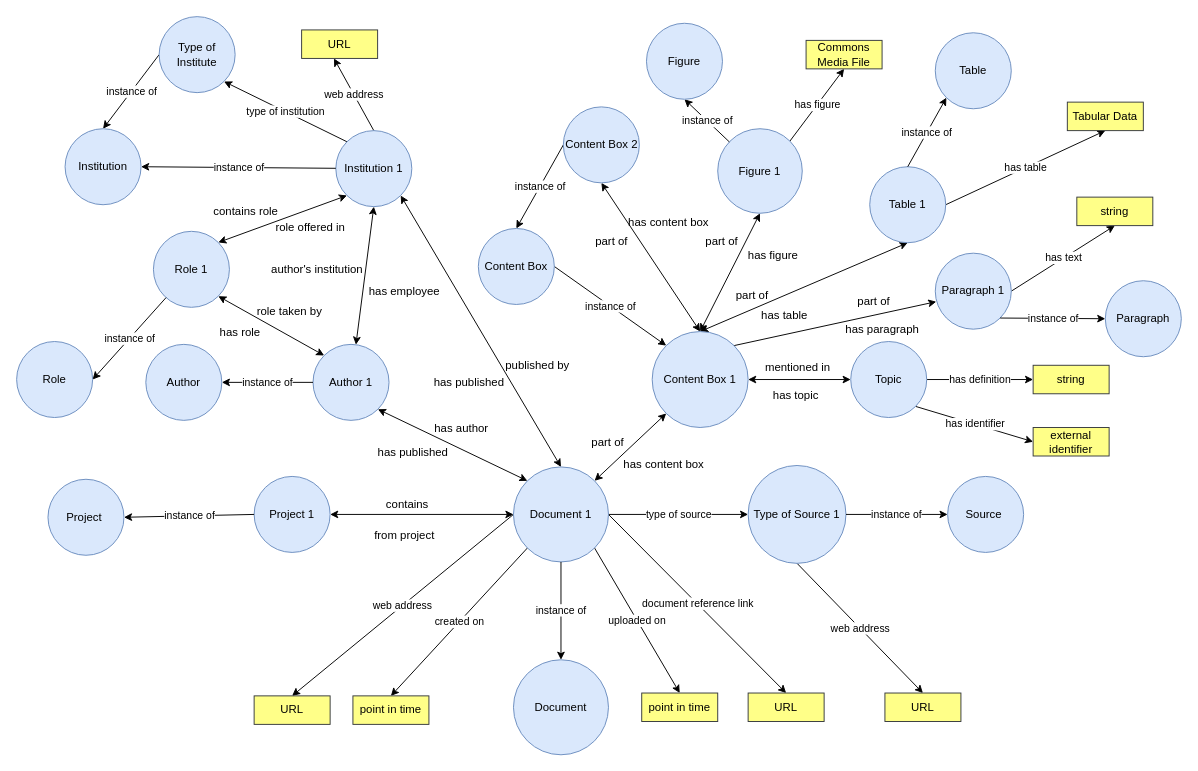
Earlier version of the draw.io diagram data/notes/WI-IAT2022-Ontology.drawio (argahsuknesib/DisabilityWikibase-DocumentMetaData). Source tidied: cells renumbered, new cells numbered last; positions are measured from the earlier drawing's top-left corner, leaving out a move shared by most shapes. Both pictures are drawn from the tidied source at 95%, with x=0, y=0 at pixel (16, 16).
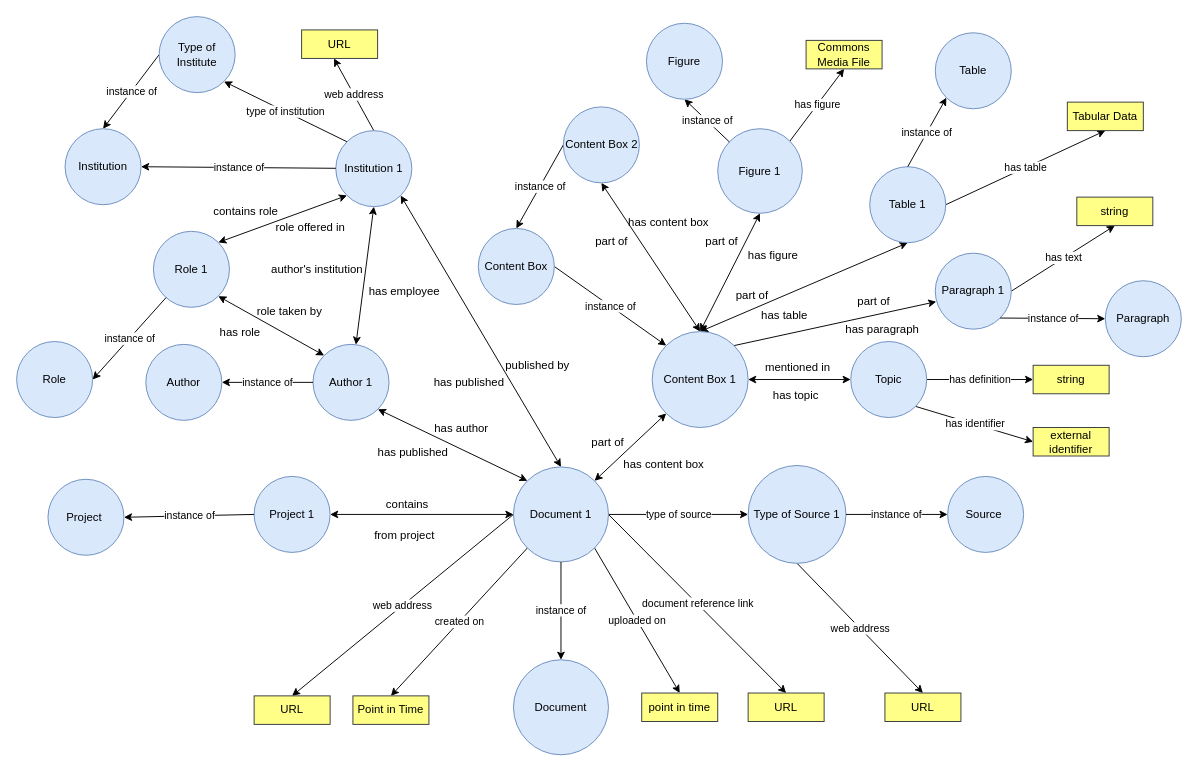
The same page after the edit.

Diff of the diagram source:
```diff
@@
-    <mxCell id="13" value="point in time" style="whiteSpace=wrap;html=1;fillColor=#ffff88;strokeColor=#36393d;" parent="1" vertex="1">
+    <mxCell id="13" value="Point in Time" style="whiteSpace=wrap;html=1;fillColor=#ffff88;strokeColor=#36393d;" parent="1" vertex="1">
       <mxGeometry x="354" y="715" width="80" height="30" as="geometry" />
     </mxCell>
```
